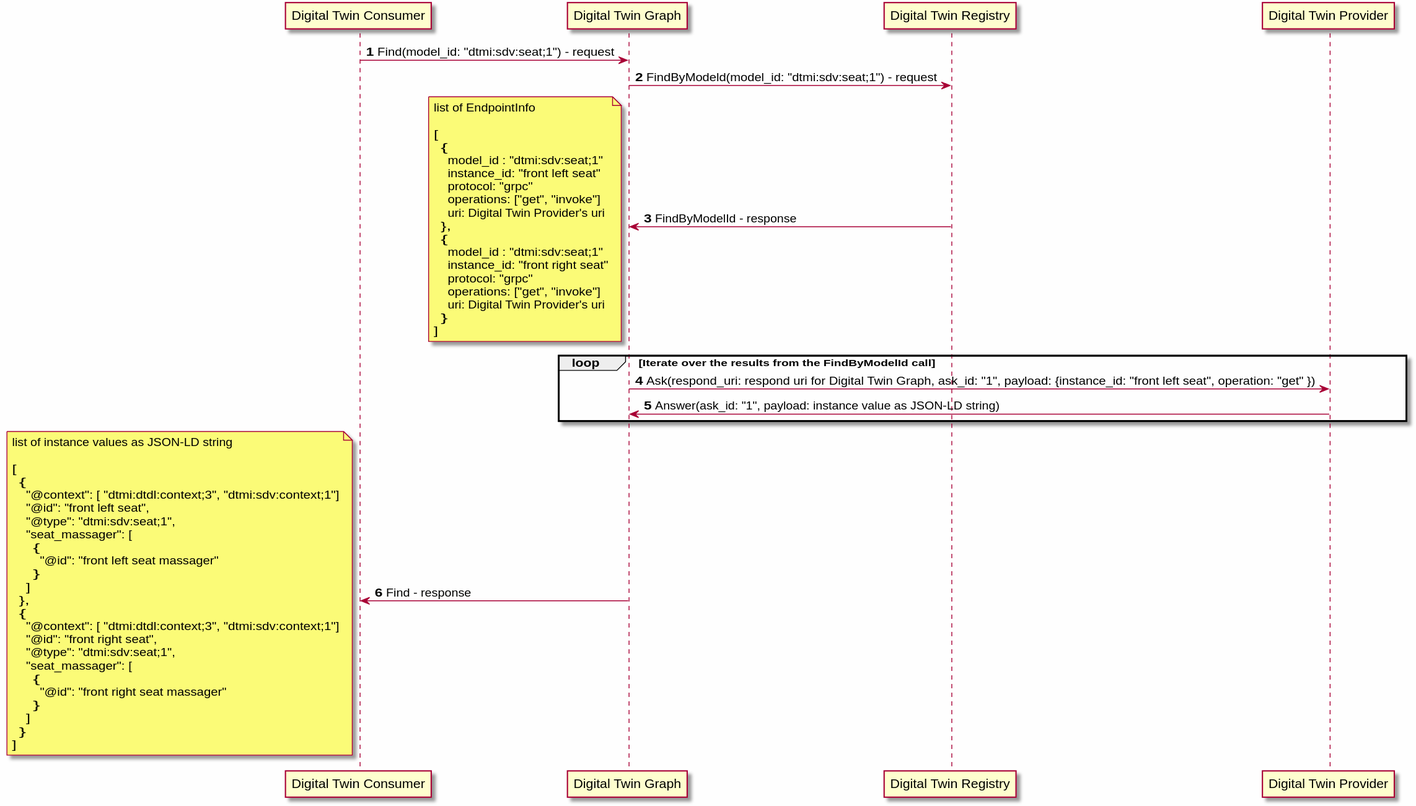
Earlier version of the PlantUML export docs/design/modules/digital_twin_graph/diagrams/find_sequence.svg (eclipse-ibeji/ibeji). Source of this version:
```plantuml
@startuml
skinparamlocked backgroundColor fefefe

autonumber

participant "Digital Twin Consumer" as CONSUMER
participant "Digital Twin Graph" as DIGITAL_TWIN_GRAPH
participant "Digital Twin Registry" as DIGITAL_TWIN_REGISTRY
participant "Digital Twin Provider" as PROVIDER

CONSUMER -> DIGITAL_TWIN_GRAPH: Find(model_id: "dtmi:sdv:seat;1") - request

DIGITAL_TWIN_GRAPH -> DIGITAL_TWIN_REGISTRY: FindByModeld(model_id: "dtmi:sdv:seat;1") - request

DIGITAL_TWIN_GRAPH <- DIGITAL_TWIN_REGISTRY: FindByModelId - response
note left
  list of EndpointInfo

  [
    {
      model_id : "dtmi:sdv:seat;1"
      instance_id: "front left seat"
      protocol: "grpc"
      operations: ["get", "invoke"]
      uri: Digital Twin Provider's uri
    },
    {
      model_id : "dtmi:sdv:seat;1"
      instance_id: "front right seat"
      protocol: "grpc"
      operations: ["get", "invoke"]
      uri: Digital Twin Provider's uri
    }
  ]
end note

loop Iterate over the results from the FindByModelId call
  DIGITAL_TWIN_GRAPH -> PROVIDER: Ask(respond_uri: respond uri for Digital Twin Graph, ask_id: "1", payload: {instance_id: "front left seat", operation: "get" })
  DIGITAL_TWIN_GRAPH <- PROVIDER: Answer(ask_id: "1", payload: instance value as JSON-LD string)
end

CONSUMER <- DIGITAL_TWIN_GRAPH: Find - response
note left
  list of instance values as JSON-LD string

  [
    {
      "@context": [ "dtmi:dtdl:context;3", "dtmi:sdv:context;1"]
      "@id": "front left seat",
      "@type": "dtmi:sdv:seat;1",
      "seat_massager": [
        {
          "@id": "front left seat massager"
        }
      ]
    },
    {
      "@context": [ "dtmi:dtdl:context;3", "dtmi:sdv:context;1"]
      "@id": "front right seat",
      "@type": "dtmi:sdv:seat;1",
      "seat_massager": [
        {
          "@id": "front right seat massager"
        }
      ]
    }
  ]
end note

@enduml
```
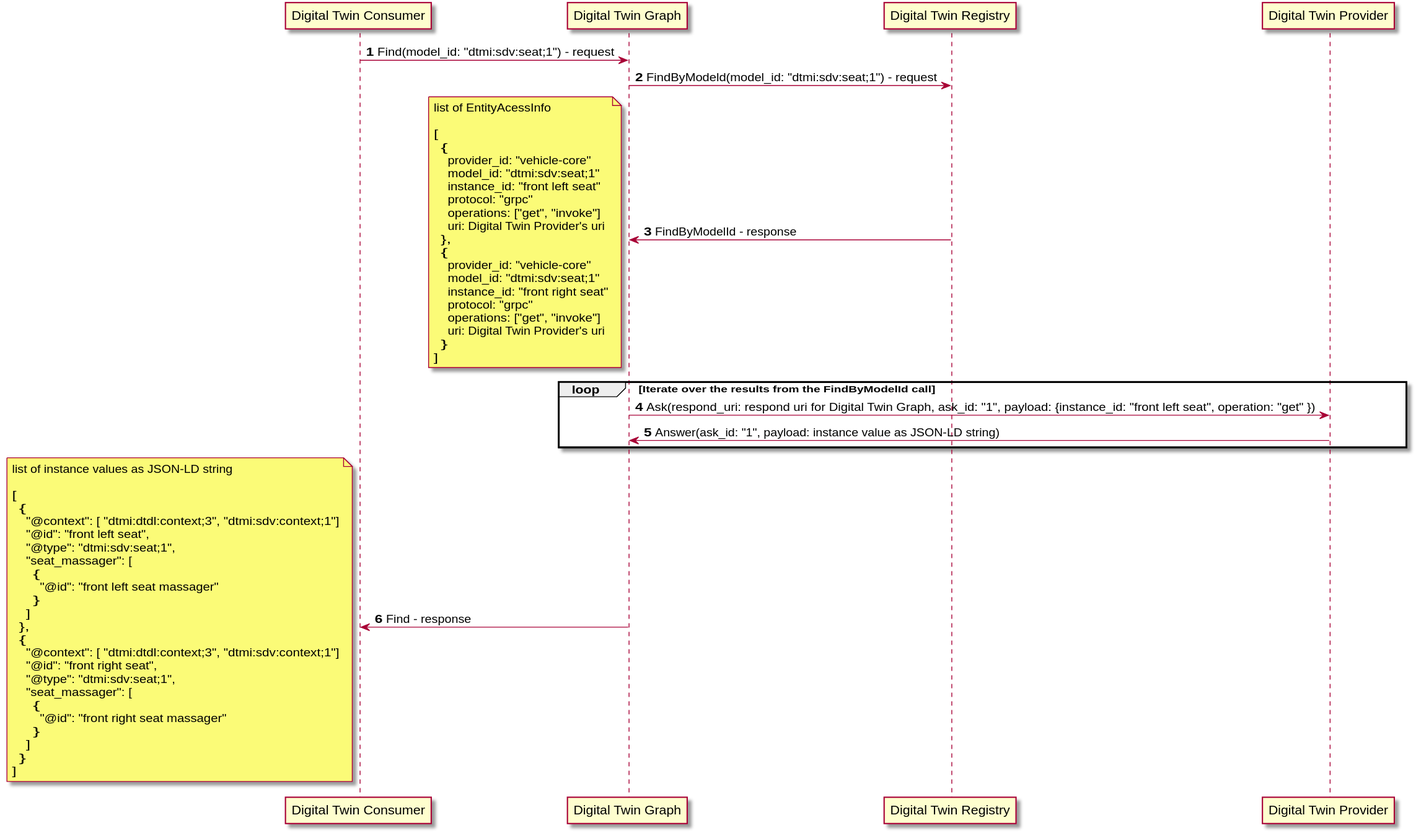
After the change.

What changed in the source:
```diff
@@ -1,5 +1,4 @@
 @startuml
-skinparamlocked backgroundColor fefefe
 
 autonumber
 
@@ -14,18 +13,20 @@
 
 DIGITAL_TWIN_GRAPH <- DIGITAL_TWIN_REGISTRY: FindByModelId - response
 note left
-  list of EndpointInfo
+  list of EntityAcessInfo
 
   [
     {
-      model_id : "dtmi:sdv:seat;1"
+      provider_id: "vehicle-core"
+      model_id: "dtmi:sdv:seat;1"
       instance_id: "front left seat"
       protocol: "grpc"
       operations: ["get", "invoke"]
       uri: Digital Twin Provider's uri
     },
     {
-      model_id : "dtmi:sdv:seat;1"
+      provider_id: "vehicle-core"
+      model_id: "dtmi:sdv:seat;1"
       instance_id: "front right seat"
       protocol: "grpc"
       operations: ["get", "invoke"]
```
